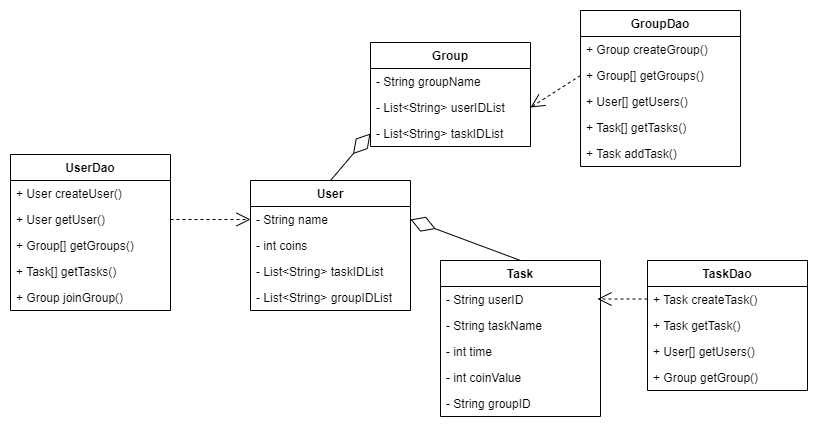
Above: doc/design/class_diagram2.png in tshi13/Do-It (draw.io), before the change. Source tidied: cells renumbered, new cells last; positions are measured from the earlier drawing's top-left corner, leaving out a move shared by most shapes.
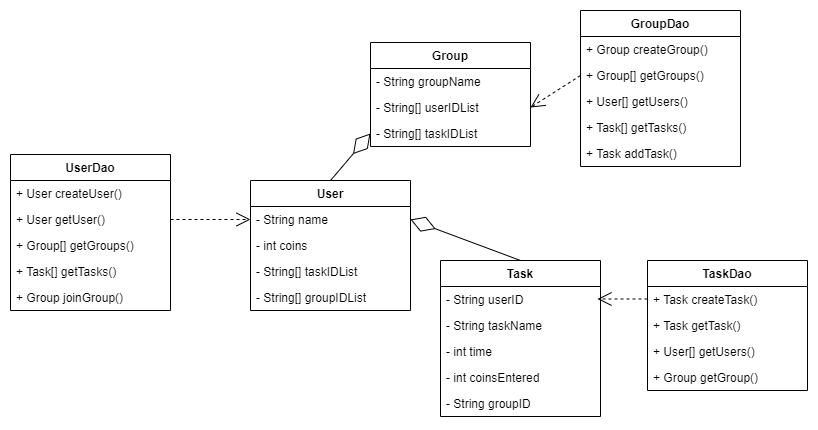
After the change.

Commit message:
Change List<> to [] and small typo fix

The edit, as a diff of the source:
```diff
@@ -11,10 +11,10 @@
     <mxCell id="4" value="- int coins" style="text;strokeColor=none;fillColor=none;align=left;verticalAlign=top;spacingLeft=4;spacingRight=4;overflow=hidden;" parent="2" vertex="1">
       <mxGeometry y="52" width="160" height="26" as="geometry" />
     </mxCell>
-    <mxCell id="5" value="- List&lt;String&gt; taskIDList" style="text;strokeColor=none;fillColor=none;align=left;verticalAlign=top;spacingLeft=4;spacingRight=4;overflow=hidden;" parent="2" vertex="1">
+    <mxCell id="5" value="- String[] taskIDList" style="text;strokeColor=none;fillColor=none;align=left;verticalAlign=top;spacingLeft=4;spacingRight=4;overflow=hidden;" parent="2" vertex="1">
       <mxGeometry y="78" width="160" height="26" as="geometry" />
     </mxCell>
-    <mxCell id="6" value="- List&lt;String&gt; groupIDList" style="text;strokeColor=none;fillColor=none;align=left;verticalAlign=top;spacingLeft=4;spacingRight=4;overflow=hidden;" parent="2" vertex="1">
+    <mxCell id="6" value="- String[] groupIDList" style="text;strokeColor=none;fillColor=none;align=left;verticalAlign=top;spacingLeft=4;spacingRight=4;overflow=hidden;" parent="2" vertex="1">
       <mxGeometry y="104" width="160" height="26" as="geometry" />
     </mxCell>
     <mxCell id="7" value="Task" style="swimlane;fontStyle=1;align=center;verticalAlign=top;horizontal=1;startSize=26;" parent="1" vertex="1">
@@ -29,7 +29,7 @@
     <mxCell id="10" value="- int time" style="text;strokeColor=none;fillColor=none;align=left;verticalAlign=top;spacingLeft=4;spacingRight=4;overflow=hidden;" parent="7" vertex="1">
       <mxGeometry y="78" width="160" height="26" as="geometry" />
     </mxCell>
-    <mxCell id="11" value="- int coinValue" style="text;strokeColor=none;fillColor=none;align=left;verticalAlign=top;spacingLeft=4;spacingRight=4;overflow=hidden;" parent="7" vertex="1">
+    <mxCell id="11" value="- int coinsEntered" style="text;strokeColor=none;fillColor=none;align=left;verticalAlign=top;spacingLeft=4;spacingRight=4;overflow=hidden;" parent="7" vertex="1">
       <mxGeometry y="104" width="160" height="26" as="geometry" />
     </mxCell>
     <mxCell id="12" value="- String groupID" style="text;strokeColor=none;fillColor=none;align=left;verticalAlign=top;spacingLeft=4;spacingRight=4;overflow=hidden;" parent="7" vertex="1">
@@ -41,10 +41,10 @@
     <mxCell id="14" value="- String groupName" style="text;strokeColor=none;fillColor=none;align=left;verticalAlign=top;spacingLeft=4;spacingRight=4;overflow=hidden;" parent="13" vertex="1">
       <mxGeometry y="26" width="160" height="26" as="geometry" />
     </mxCell>
-    <mxCell id="15" value="- List&lt;String&gt; userIDList" style="text;strokeColor=none;fillColor=none;align=left;verticalAlign=top;spacingLeft=4;spacingRight=4;overflow=hidden;points=[[0,0.5],[1,0.5]];portConstraint=eastwest;" parent="13" vertex="1">
+    <mxCell id="15" value="- String[] userIDList" style="text;strokeColor=none;fillColor=none;align=left;verticalAlign=top;spacingLeft=4;spacingRight=4;overflow=hidden;points=[[0,0.5],[1,0.5]];portConstraint=eastwest;" parent="13" vertex="1">
       <mxGeometry y="52" width="160" height="26" as="geometry" />
     </mxCell>
-    <mxCell id="16" value="- List&lt;String&gt; taskIDList" style="text;strokeColor=none;fillColor=none;align=left;verticalAlign=top;spacingLeft=4;spacingRight=4;overflow=hidden;points=[[0,0.5],[1,0.5]];portConstraint=eastwest;" parent="13" vertex="1">
+    <mxCell id="16" value="- String[] taskIDList" style="text;strokeColor=none;fillColor=none;align=left;verticalAlign=top;spacingLeft=4;spacingRight=4;overflow=hidden;points=[[0,0.5],[1,0.5]];portConstraint=eastwest;" parent="13" vertex="1">
       <mxGeometry y="78" width="160" height="26" as="geometry" />
     </mxCell>
     <mxCell id="17" style="endArrow=diamondThin;endFill=0;endSize=24;html=1;rounded=0;entryX=1;entryY=0.5;entryDx=0;entryDy=0;exitX=0.5;exitY=0;exitDx=0;exitDy=0;" parent="1" edge="1" source="7" target="3">
```
